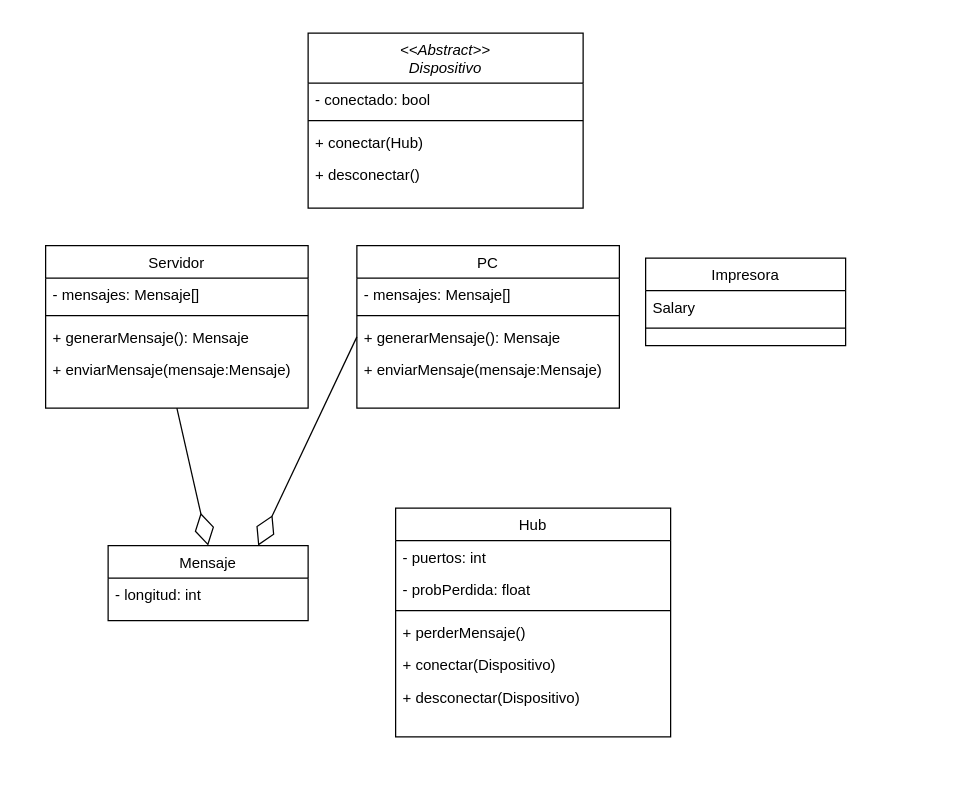
vitoriadelanachaves/uml_class_diagram keeps this draw.io diagram as Untitled Diagram.drawio. Above is the earlier version. Source tidied: cells renumbered, new cells numbered last; positions are measured from the earlier drawing's top-left corner, leaving out a move shared by most shapes. Both pictures are drawn from the tidied source at 125%, with x=0, y=0 at pixel (45, 32).
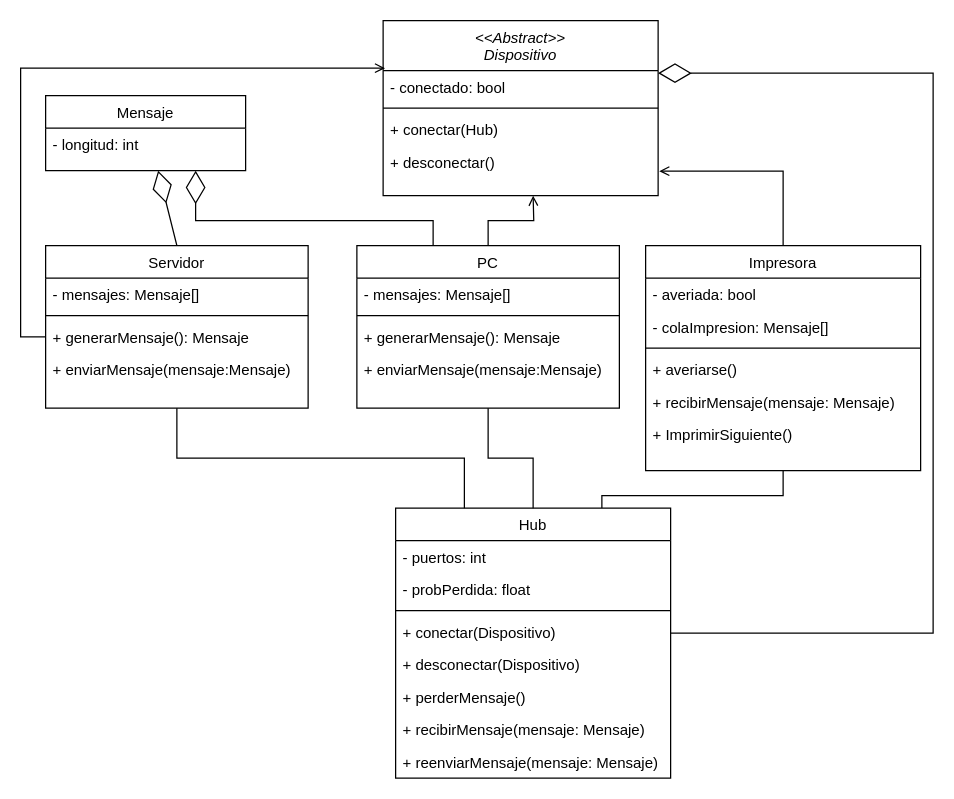
After the change.

The change refers to these unchanged cells:
```xml
<mxCell id="3" value="- conectado: bool" style="text;align=left;verticalAlign=top;spacingLeft=4;spacingRight=4;overflow=hidden;points=[[0,0.5],[1,0.5]];portConstraint=eastwest;" parent="2" vertex="1">
  <mxGeometry y="40" width="220" height="26" as="geometry" />
</mxCell>
<mxCell id="6" value="+ desconectar()" style="text;align=left;verticalAlign=top;spacingLeft=4;spacingRight=4;overflow=hidden;points=[[0,0.5],[1,0.5]];portConstraint=eastwest;" parent="2" vertex="1">
  <mxGeometry y="100" width="220" height="26" as="geometry" />
</mxCell>
<mxCell id="7" value="Servidor" style="swimlane;fontStyle=0;align=center;verticalAlign=top;horizontal=1;startSize=26;rounded=0;shadow=0;strokeWidth=1;" parent="1" vertex="1">
  <mxGeometry y="170" width="210" height="130" as="geometry" />
</mxCell>
<mxCell id="10" value="+ generarMensaje(): Mensaje" style="text;align=left;verticalAlign=top;spacingLeft=4;spacingRight=4;overflow=hidden;points=[[0,0.5],[1,0.5]];portConstraint=eastwest;fontStyle=0;" parent="7" vertex="1">
  <mxGeometry y="60" width="210" height="26" as="geometry" />
</mxCell>
<mxCell id="26" value="PC" style="swimlane;fontStyle=0;align=center;verticalAlign=top;horizontal=1;startSize=26;rounded=0;shadow=0;strokeWidth=1;" parent="1" vertex="1">
  <mxGeometry x="249" y="170" width="210" height="130" as="geometry" />
</mxCell>
<mxCell id="29" value="+ generarMensaje(): Mensaje" style="text;align=left;verticalAlign=top;spacingLeft=4;spacingRight=4;overflow=hidden;points=[[0,0.5],[1,0.5]];portConstraint=eastwest;fontStyle=0;" parent="26" vertex="1">
  <mxGeometry y="60" width="210" height="26" as="geometry" />
</mxCell>
```

Change to the diagram source:
```diff
@@
     <mxCell id="2" value="&lt;&lt;Abstract&gt;&gt;&#10;Dispositivo&#10;" style="swimlane;fontStyle=2;align=center;verticalAlign=top;horizontal=1;startSize=40;rounded=0;shadow=0;strokeWidth=1;" parent="1" vertex="1">
-      <mxGeometry x="210" width="220" height="140" as="geometry" />
+      <mxGeometry x="270" y="-10" width="220" height="140" as="geometry" />
     </mxCell>
@@
+    <mxCell id="31" style="rounded=0;jettySize=auto;html=1;exitX=0.5;exitY=1;exitDx=0;exitDy=0;entryX=0.75;entryY=0;entryDx=0;entryDy=0;endArrow=none;endFill=0;edgeStyle=orthogonalEdgeStyle;" parent="1" edge="1" source="12" target="15">
+      <mxGeometry relative="1" as="geometry">
+        <Array as="points">
+          <mxPoint x="590" y="370" />
+          <mxPoint x="445" y="370" />
+        </Array>
+      </mxGeometry>
+    </mxCell>
     <mxCell id="12" value="Impresora" style="swimlane;fontStyle=0;align=center;verticalAlign=top;horizontal=1;startSize=26;rounded=0;shadow=0;strokeWidth=1;" parent="1" vertex="1">
-      <mxGeometry x="480" y="180" width="160" height="70" as="geometry" />
+      <mxGeometry x="480" y="170" width="220" height="180" as="geometry" />
     </mxCell>
-    <mxCell id="13" value="Salary" style="text;align=left;verticalAlign=top;spacingLeft=4;spacingRight=4;overflow=hidden;" parent="12" vertex="1">
-      <mxGeometry y="26" width="160" height="26" as="geometry" />
+    <mxCell id="13" value="- averiada: bool" style="text;align=left;verticalAlign=top;spacingLeft=4;spacingRight=4;overflow=hidden;" parent="12" vertex="1">
+      <mxGeometry y="26" width="220" height="26" as="geometry" />
     </mxCell>
+    <mxCell id="32" value="- colaImpresion: Mensaje[]" style="text;align=left;verticalAlign=top;spacingLeft=4;spacingRight=4;overflow=hidden;" parent="12" vertex="1">
+      <mxGeometry y="52" width="220" height="26" as="geometry" />
+    </mxCell>
     <mxCell id="14" style="line;html=1;strokeWidth=1;align=left;verticalAlign=middle;spacingTop=-1;spacingLeft=3;spacingRight=3;labelPosition=right;" parent="12" vertex="1">
-      <mxGeometry y="52" width="160" height="8" as="geometry" />
+      <mxGeometry y="78" width="220" height="8" as="geometry" />
     </mxCell>
+    <mxCell id="33" value="+ averiarse()" style="text;align=left;verticalAlign=top;spacingLeft=4;spacingRight=4;overflow=hidden;" parent="12" vertex="1">
+      <mxGeometry y="86" width="220" height="26" as="geometry" />
+    </mxCell>
+    <mxCell id="34" value="+ recibirMensaje(mensaje: Mensaje)" style="text;align=left;verticalAlign=top;spacingLeft=4;spacingRight=4;overflow=hidden;" parent="12" vertex="1">
+      <mxGeometry y="112" width="220" height="26" as="geometry" />
+    </mxCell>
+    <mxCell id="35" value="+ ImprimirSiguiente()" style="text;align=left;verticalAlign=top;spacingLeft=4;spacingRight=4;overflow=hidden;" parent="12" vertex="1">
+      <mxGeometry y="138" width="220" height="42" as="geometry" />
+    </mxCell>
     <mxCell id="15" value="Hub" style="swimlane;fontStyle=0;align=center;verticalAlign=top;horizontal=1;startSize=26;rounded=0;shadow=0;strokeWidth=1;" parent="1" vertex="1">
-      <mxGeometry x="280" y="380" width="220" height="183" as="geometry" />
+      <mxGeometry x="280" y="380" width="220" height="216" as="geometry" />
     </mxCell>
@@
-    <mxCell id="19" value="+ perderMensaje()" style="text;align=left;verticalAlign=top;spacingLeft=4;spacingRight=4;overflow=hidden;fontStyle=0;" parent="15" vertex="1">
-      <mxGeometry y="86" width="220" height="26" as="geometry" />
-    </mxCell>
     <mxCell id="20" value="+ conectar(Dispositivo)" style="text;align=left;verticalAlign=top;spacingLeft=4;spacingRight=4;overflow=hidden;fontStyle=0;" parent="15" vertex="1">
-      <mxGeometry y="112" width="220" height="26" as="geometry" />
+      <mxGeometry y="86" width="220" height="26" as="geometry" />
     </mxCell>
     <mxCell id="21" value="+ desconectar(Dispositivo)" style="text;align=left;verticalAlign=top;spacingLeft=4;spacingRight=4;overflow=hidden;fontStyle=0;" parent="15" vertex="1">
-      <mxGeometry y="138" width="220" height="26" as="geometry" />
+      <mxGeometry y="112" width="220" height="26" as="geometry" />
     </mxCell>
+    <mxCell id="19" value="+ perderMensaje()" style="text;align=left;verticalAlign=top;spacingLeft=4;spacingRight=4;overflow=hidden;fontStyle=0;" parent="15" vertex="1">
+      <mxGeometry y="138" width="220" height="26" as="geometry" />
+    </mxCell>
+    <mxCell id="36" value="+ recibirMensaje(mensaje: Mensaje)" style="text;align=left;verticalAlign=top;spacingLeft=4;spacingRight=4;overflow=hidden;fontStyle=0;" parent="15" vertex="1">
+      <mxGeometry y="164" width="220" height="26" as="geometry" />
+    </mxCell>
+    <mxCell id="37" value="+ reenviarMensaje(mensaje: Mensaje)" style="text;align=left;verticalAlign=top;spacingLeft=4;spacingRight=4;overflow=hidden;fontStyle=0;" parent="15" vertex="1">
+      <mxGeometry y="190" width="220" height="26" as="geometry" />
+    </mxCell>
     <mxCell id="22" value="Mensaje" style="swimlane;fontStyle=0;align=center;verticalAlign=top;horizontal=1;startSize=26;rounded=0;shadow=0;strokeWidth=1;" parent="1" vertex="1">
-      <mxGeometry x="50" y="410" width="160" height="60" as="geometry" />
+      <mxGeometry y="50" width="160" height="60" as="geometry" />
     </mxCell>
@@
-    <mxCell id="24" style="endArrow=diamondThin;endFill=0;endSize=24;html=1;rounded=0;entryX=0.75;entryY=0;entryDx=0;entryDy=0;exitX=0;exitY=0.5;exitDx=0;exitDy=0;" parent="1" edge="1" source="29" target="22">
-      <mxGeometry relative="1" as="geometry" />
+    <mxCell id="24" style="endArrow=diamondThin;endFill=0;endSize=24;html=1;rounded=0;entryX=0.75;entryY=1;entryDx=0;entryDy=0;exitX=0.5;exitY=0;exitDx=0;exitDy=0;edgeStyle=orthogonalEdgeStyle;" parent="1" edge="1" source="26" target="22">
+      <mxGeometry relative="1" as="geometry">
+        <Array as="points">
+          <mxPoint x="310" y="170" />
+          <mxPoint x="310" y="150" />
+          <mxPoint x="120" y="150" />
+        </Array>
+      </mxGeometry>
     </mxCell>
-    <mxCell id="25" style="endArrow=diamondThin;endFill=0;endSize=24;html=1;rounded=0;exitX=0.5;exitY=1;exitDx=0;exitDy=0;entryX=0.5;entryY=0;entryDx=0;entryDy=0;" parent="1" edge="1" source="7" target="22">
-      <mxGeometry relative="1" as="geometry" />
+    <mxCell id="25" style="endArrow=diamondThin;endFill=0;endSize=24;html=1;rounded=0;exitX=0.5;exitY=0;exitDx=0;exitDy=0;" parent="1" edge="1" source="7">
+      <mxGeometry relative="1" as="geometry">
+        <mxPoint x="90" y="110" as="targetPoint" />
+      </mxGeometry>
     </mxCell>
+    <mxCell id="38" style="rounded=0;jettySize=auto;html=1;exitX=0.5;exitY=1;exitDx=0;exitDy=0;entryX=0.5;entryY=0;entryDx=0;entryDy=0;endArrow=none;endFill=0;edgeStyle=orthogonalEdgeStyle;" parent="1" edge="1" source="26" target="15">
+      <mxGeometry relative="1" as="geometry" />
+    </mxCell>
+    <mxCell id="39" style="rounded=0;jettySize=auto;html=1;exitX=0.5;exitY=0;exitDx=0;exitDy=0;edgeStyle=orthogonalEdgeStyle;endArrow=open;endFill=0;" parent="1" edge="1" source="26">
+      <mxGeometry relative="1" as="geometry">
+        <mxPoint x="390" y="130" as="targetPoint" />
+      </mxGeometry>
+    </mxCell>
@@
+    <mxCell id="40" style="edgeStyle=orthogonalEdgeStyle;rounded=0;jettySize=auto;html=1;exitX=0.5;exitY=1;exitDx=0;exitDy=0;entryX=0.25;entryY=0;entryDx=0;entryDy=0;endArrow=none;endFill=0;" parent="1" edge="1" source="7" target="15">
+      <mxGeometry relative="1" as="geometry" />
+    </mxCell>
+    <mxCell id="41" style="endArrow=diamondThin;endFill=0;endSize=24;html=1;rounded=0;edgeStyle=orthogonalEdgeStyle;entryX=1;entryY=0.077;entryDx=0;entryDy=0;entryPerimeter=0;" parent="1" edge="1" target="3">
+      <mxGeometry relative="1" as="geometry">
+        <mxPoint x="500" y="480" as="sourcePoint" />
+        <Array as="points">
+          <mxPoint x="710" y="480" />
+          <mxPoint x="710" y="32" />
+        </Array>
+      </mxGeometry>
+    </mxCell>
+    <mxCell id="42" style="edgeStyle=orthogonalEdgeStyle;rounded=0;jettySize=auto;html=1;entryX=0.007;entryY=-0.077;entryDx=0;entryDy=0;entryPerimeter=0;endArrow=open;endFill=0;" parent="1" edge="1" source="10" target="3">
+      <mxGeometry relative="1" as="geometry">
+        <Array as="points">
+          <mxPoint x="-20" y="243" />
+          <mxPoint x="-20" y="28" />
+        </Array>
+      </mxGeometry>
+    </mxCell>
+    <mxCell id="43" style="edgeStyle=orthogonalEdgeStyle;rounded=0;jettySize=auto;html=1;exitX=0.5;exitY=0;exitDx=0;exitDy=0;entryX=1.004;entryY=0.785;entryDx=0;entryDy=0;entryPerimeter=0;endArrow=open;endFill=0;" parent="1" edge="1" source="12" target="6">
+      <mxGeometry relative="1" as="geometry" />
+    </mxCell>
```
